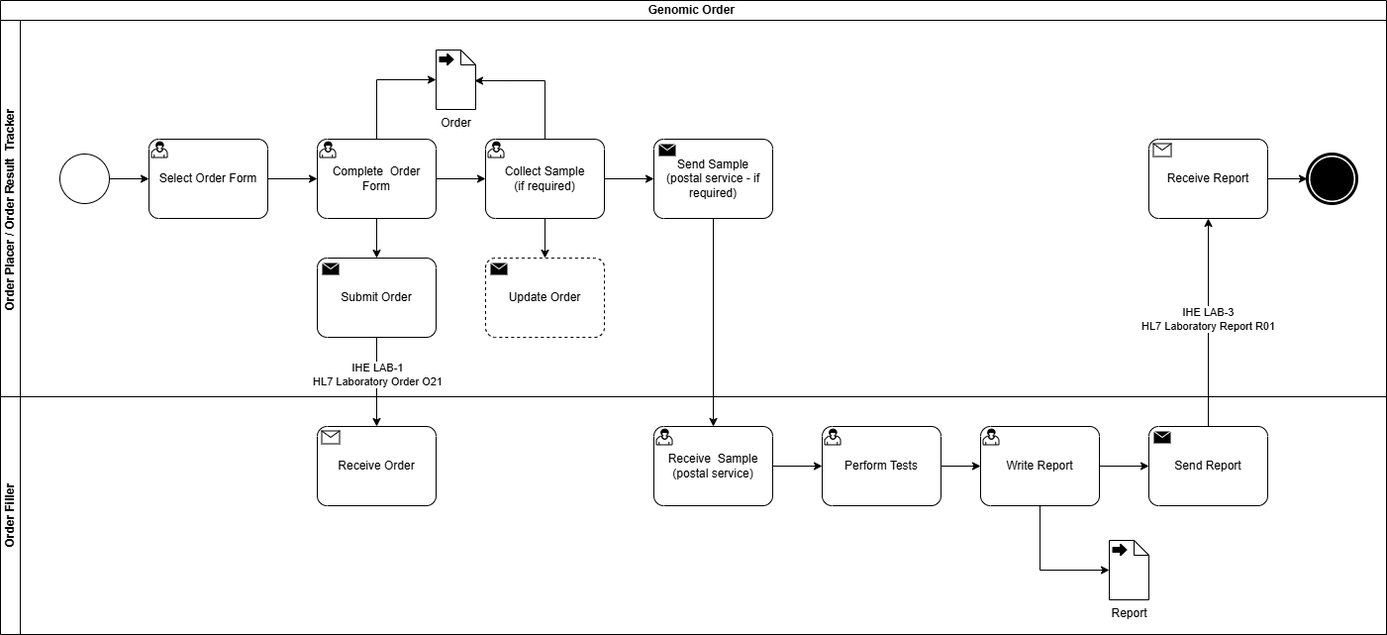
Above: input/images/LTW Use Case 1 and 4.drawio.png in nw-gmsa/nw-gmsa.github.com (draw.io), before the change. Source tidied: cells renumbered, new cells last; positions are measured from the earlier drawing's top-left corner, leaving out a move shared by most shapes.
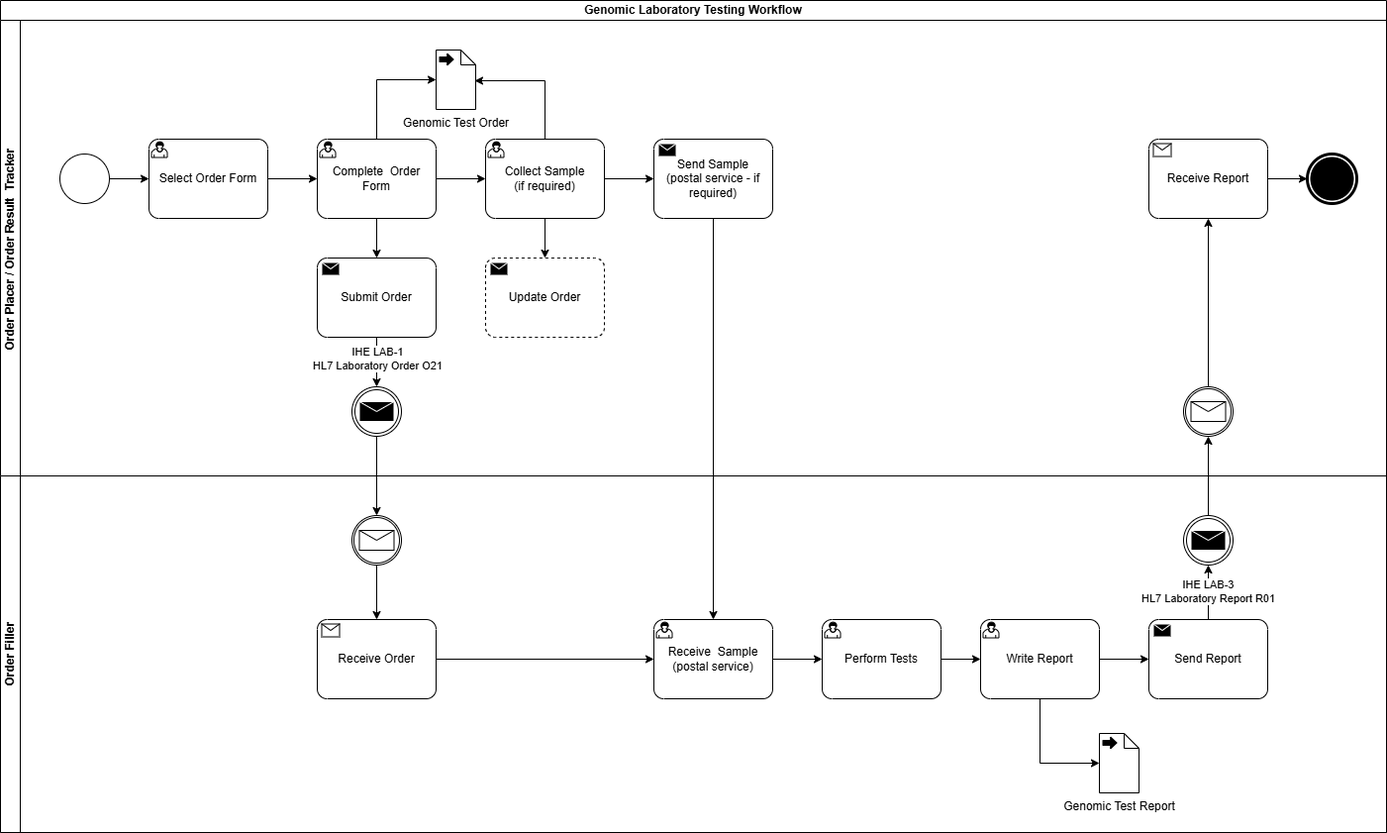
After the commit.

Commit message:
Documentation of Lab Report options

Diff of the diagram source:
```diff
@@ -2,11 +2,11 @@
   <root>
     <mxCell id="0" />
     <mxCell id="1" parent="0" />
-    <mxCell id="2" value="Genomic Order&amp;nbsp;" style="swimlane;html=1;horizontal=1;startSize=20;whiteSpace=wrap;" parent="1" vertex="1">
-      <mxGeometry width="1400" height="640" as="geometry" />
+    <mxCell id="2" value="Genomic Laboratory Testing Workflow" style="swimlane;html=1;horizontal=1;startSize=20;whiteSpace=wrap;" parent="1" vertex="1">
+      <mxGeometry width="1400" height="840" as="geometry" />
     </mxCell>
     <mxCell id="3" value="Order Placer / Order Result&amp;nbsp; Tracker&amp;nbsp;" style="swimlane;html=1;startSize=20;horizontal=0;" parent="2" vertex="1">
-      <mxGeometry y="20" width="1400" height="380" as="geometry" />
+      <mxGeometry y="20" width="1400" height="460" as="geometry" />
     </mxCell>
     <mxCell id="4" style="edgeStyle=orthogonalEdgeStyle;rounded=0;jettySize=auto;html=1;entryX=0;entryY=0.5;entryDx=0;entryDy=0;entryPerimeter=0;" parent="3" edge="1" source="5" target="7">
       <mxGeometry relative="1" as="geometry" />
@@ -32,7 +32,7 @@
     <mxCell id="11" style="edgeStyle=orthogonalEdgeStyle;rounded=0;jettySize=auto;html=1;entryX=0.5;entryY=0;entryDx=0;entryDy=0;entryPerimeter=0;" parent="3" edge="1" source="9" target="10">
       <mxGeometry relative="1" as="geometry" />
     </mxCell>
-    <mxCell id="12" value="Order" style="shape=mxgraph.bpmn.data2;labelPosition=center;verticalLabelPosition=bottom;align=center;verticalAlign=top;size=15;html=1;bpmnTransferType=output;" parent="3" vertex="1">
+    <mxCell id="12" value="Genomic Test Order" style="shape=mxgraph.bpmn.data2;labelPosition=center;verticalLabelPosition=bottom;align=center;verticalAlign=top;size=15;html=1;bpmnTransferType=output;" parent="3" vertex="1">
       <mxGeometry x="440" y="30" width="40" height="60" as="geometry" />
     </mxCell>
     <mxCell id="13" style="edgeStyle=orthogonalEdgeStyle;rounded=0;jettySize=auto;html=1;entryX=0;entryY=0.5;entryDx=0;entryDy=0;entryPerimeter=0;" parent="3" edge="1" source="9" target="12">
@@ -69,32 +69,50 @@
     <mxCell id="22" style="edgeStyle=orthogonalEdgeStyle;rounded=0;jettySize=auto;html=1;" parent="3" edge="1" source="20" target="21">
       <mxGeometry relative="1" as="geometry" />
     </mxCell>
+    <mxCell id="39" style="points=[[0.145,0.145,0],[0.5,0,0],[0.855,0.145,0],[1,0.5,0],[0.855,0.855,0],[0.5,1,0],[0.145,0.855,0],[0,0.5,0]];shape=mxgraph.bpmn.event;html=1;verticalLabelPosition=bottom;labelBackgroundColor=#ffffff;verticalAlign=top;align=center;perimeter=ellipsePerimeter;outlineConnect=0;outline=throwing;symbol=message;" parent="3" vertex="1">
+      <mxGeometry x="355" y="370" width="50" height="50" as="geometry" />
+    </mxCell>
+    <mxCell id="34" style="edgeStyle=orthogonalEdgeStyle;rounded=0;jettySize=auto;html=1;entryX=0.5;entryY=0;entryDx=0;entryDy=0;entryPerimeter=0;" parent="3" edge="1" source="10" target="39">
+      <mxGeometry relative="1" as="geometry" />
+    </mxCell>
+    <mxCell id="35" value="IHE LAB-1&lt;br&gt;HL7 Laboratory Order O21" style="edgeLabel;html=1;align=center;verticalAlign=middle;" parent="34" vertex="1">
+      <mxGeometry x="-0.18" relative="1" as="geometry" />
+    </mxCell>
+    <mxCell id="40" style="points=[[0.145,0.145,0],[0.5,0,0],[0.855,0.145,0],[1,0.5,0],[0.855,0.855,0],[0.5,1,0],[0.145,0.855,0],[0,0.5,0]];shape=mxgraph.bpmn.event;html=1;verticalLabelPosition=bottom;labelBackgroundColor=#ffffff;verticalAlign=top;align=center;perimeter=ellipsePerimeter;outlineConnect=0;outline=catching;symbol=message;" parent="3" vertex="1">
+      <mxGeometry x="1195" y="370" width="50" height="50" as="geometry" />
+    </mxCell>
+    <mxCell id="41" style="edgeStyle=orthogonalEdgeStyle;rounded=0;jettySize=auto;html=1;entryX=0.5;entryY=1;entryDx=0;entryDy=0;entryPerimeter=0;" parent="3" edge="1" source="40" target="20">
+      <mxGeometry relative="1" as="geometry" />
+    </mxCell>
     <mxCell id="23" value="Order Filler" style="swimlane;html=1;startSize=20;horizontal=0;" parent="2" vertex="1">
-      <mxGeometry y="400" width="1400" height="240" as="geometry" />
+      <mxGeometry y="480" width="1400" height="360" as="geometry" />
     </mxCell>
+    <mxCell id="42" style="edgeStyle=orthogonalEdgeStyle;rounded=0;jettySize=auto;html=1;" parent="23" edge="1" source="24" target="33">
+      <mxGeometry relative="1" as="geometry" />
+    </mxCell>
     <mxCell id="24" value="Receive Order" style="points=[[0.25,0,0],[0.5,0,0],[0.75,0,0],[1,0.25,0],[1,0.5,0],[1,0.75,0],[0.75,1,0],[0.5,1,0],[0.25,1,0],[0,0.75,0],[0,0.5,0],[0,0.25,0]];shape=mxgraph.bpmn.task2;whiteSpace=wrap;rectStyle=rounded;size=10;html=1;taskMarker=receive;" parent="23" vertex="1">
-      <mxGeometry x="320" y="30" width="120" height="80" as="geometry" />
+      <mxGeometry x="320" y="145" width="120" height="80" as="geometry" />
     </mxCell>
     <mxCell id="25" style="edgeStyle=orthogonalEdgeStyle;rounded=0;jettySize=auto;html=1;entryX=0;entryY=0.5;entryDx=0;entryDy=0;entryPerimeter=0;" parent="23" edge="1" source="33" target="26">
       <mxGeometry relative="1" as="geometry" />
     </mxCell>
     <mxCell id="26" value="Perform Tests" style="points=[[0.25,0,0],[0.5,0,0],[0.75,0,0],[1,0.25,0],[1,0.5,0],[1,0.75,0],[0.75,1,0],[0.5,1,0],[0.25,1,0],[0,0.75,0],[0,0.5,0],[0,0.25,0]];shape=mxgraph.bpmn.task2;whiteSpace=wrap;rectStyle=rounded;size=10;html=1;taskMarker=user;" parent="23" vertex="1">
-      <mxGeometry x="830" y="30" width="120" height="80" as="geometry" />
+      <mxGeometry x="830" y="145" width="120" height="80" as="geometry" />
     </mxCell>
     <mxCell id="27" value="Write Report" style="points=[[0.25,0,0],[0.5,0,0],[0.75,0,0],[1,0.25,0],[1,0.5,0],[1,0.75,0],[0.75,1,0],[0.5,1,0],[0.25,1,0],[0,0.75,0],[0,0.5,0],[0,0.25,0]];shape=mxgraph.bpmn.task2;whiteSpace=wrap;rectStyle=rounded;size=10;html=1;taskMarker=user;" parent="23" vertex="1">
-      <mxGeometry x="990" y="30" width="120" height="80" as="geometry" />
+      <mxGeometry x="990" y="145" width="120" height="80" as="geometry" />
     </mxCell>
     <mxCell id="28" style="edgeStyle=orthogonalEdgeStyle;rounded=0;jettySize=auto;html=1;entryX=0;entryY=0.5;entryDx=0;entryDy=0;entryPerimeter=0;" parent="23" edge="1" source="26" target="27">
       <mxGeometry relative="1" as="geometry" />
     </mxCell>
     <mxCell id="29" value="Send Report" style="points=[[0.25,0,0],[0.5,0,0],[0.75,0,0],[1,0.25,0],[1,0.5,0],[1,0.75,0],[0.75,1,0],[0.5,1,0],[0.25,1,0],[0,0.75,0],[0,0.5,0],[0,0.25,0]];shape=mxgraph.bpmn.task2;whiteSpace=wrap;rectStyle=rounded;size=10;html=1;taskMarker=send;" parent="23" vertex="1">
-      <mxGeometry x="1160" y="30" width="120" height="80" as="geometry" />
+      <mxGeometry x="1160" y="145" width="120" height="80" as="geometry" />
     </mxCell>
     <mxCell id="30" style="edgeStyle=orthogonalEdgeStyle;rounded=0;jettySize=auto;html=1;entryX=0;entryY=0.5;entryDx=0;entryDy=0;entryPerimeter=0;" parent="23" edge="1" source="27" target="29">
       <mxGeometry relative="1" as="geometry" />
     </mxCell>
-    <mxCell id="31" value="Report" style="shape=mxgraph.bpmn.data2;labelPosition=center;verticalLabelPosition=bottom;align=center;verticalAlign=top;size=15;html=1;bpmnTransferType=output;" parent="23" vertex="1">
-      <mxGeometry x="1120" y="145" width="40" height="60" as="geometry" />
+    <mxCell id="31" value="Genomic Test Report" style="shape=mxgraph.bpmn.data2;labelPosition=center;verticalLabelPosition=bottom;align=center;verticalAlign=top;size=15;html=1;bpmnTransferType=output;" parent="23" vertex="1">
+      <mxGeometry x="1110" y="260" width="40" height="60" as="geometry" />
     </mxCell>
     <mxCell id="32" style="edgeStyle=orthogonalEdgeStyle;rounded=0;jettySize=auto;html=1;entryX=0;entryY=0.5;entryDx=0;entryDy=0;entryPerimeter=0;" parent="23" edge="1" source="27" target="31">
       <mxGeometry relative="1" as="geometry">
@@ -104,15 +122,18 @@
       </mxGeometry>
     </mxCell>
     <mxCell id="33" value="Receive&amp;nbsp; Sample&lt;br&gt;(postal service)" style="points=[[0.25,0,0],[0.5,0,0],[0.75,0,0],[1,0.25,0],[1,0.5,0],[1,0.75,0],[0.75,1,0],[0.5,1,0],[0.25,1,0],[0,0.75,0],[0,0.5,0],[0,0.25,0]];shape=mxgraph.bpmn.task2;whiteSpace=wrap;rectStyle=rounded;size=10;html=1;taskMarker=user;bpmnShapeType=task;" parent="23" vertex="1">
-      <mxGeometry x="660" y="30" width="120" height="80" as="geometry" />
+      <mxGeometry x="660" y="145" width="120" height="80" as="geometry" />
     </mxCell>
-    <mxCell id="34" style="edgeStyle=orthogonalEdgeStyle;rounded=0;jettySize=auto;html=1;" parent="2" edge="1" source="10" target="24">
-      <mxGeometry relative="1" as="geometry" />
-    </mxCell>
-    <mxCell id="35" value="IHE LAB-1&lt;br&gt;HL7 Laboratory Order O21" style="edgeLabel;html=1;align=center;verticalAlign=middle;" parent="34" vertex="1">
-      <mxGeometry x="-0.18" relative="1" as="geometry" />
-    </mxCell>
+    <mxCell id="43" style="edgeStyle=orthogonalEdgeStyle;rounded=0;jettySize=auto;html=1;" parent="23" edge="1" source="44" target="24">
+      <mxGeometry relative="1" as="geometry" />
+    </mxCell>
+    <mxCell id="44" style="points=[[0.145,0.145,0],[0.5,0,0],[0.855,0.145,0],[1,0.5,0],[0.855,0.855,0],[0.5,1,0],[0.145,0.855,0],[0,0.5,0]];shape=mxgraph.bpmn.event;html=1;verticalLabelPosition=bottom;labelBackgroundColor=#ffffff;verticalAlign=top;align=center;perimeter=ellipsePerimeter;outlineConnect=0;outline=catching;symbol=message;" parent="23" vertex="1">
+      <mxGeometry x="355" y="40" width="50" height="50" as="geometry" />
+    </mxCell>
+    <mxCell id="45" style="points=[[0.145,0.145,0],[0.5,0,0],[0.855,0.145,0],[1,0.5,0],[0.855,0.855,0],[0.5,1,0],[0.145,0.855,0],[0,0.5,0]];shape=mxgraph.bpmn.event;html=1;verticalLabelPosition=bottom;labelBackgroundColor=#ffffff;verticalAlign=top;align=center;perimeter=ellipsePerimeter;outlineConnect=0;outline=throwing;symbol=message;" parent="23" vertex="1">
+      <mxGeometry x="1195" y="40" width="50" height="50" as="geometry" />
+    </mxCell>
-    <mxCell id="36" style="edgeStyle=orthogonalEdgeStyle;rounded=0;jettySize=auto;html=1;" parent="2" edge="1" source="29" target="20">
+    <mxCell id="36" style="edgeStyle=orthogonalEdgeStyle;rounded=0;jettySize=auto;html=1;entryX=0.5;entryY=1;entryDx=0;entryDy=0;entryPerimeter=0;" parent="23" edge="1" source="29" target="45">
       <mxGeometry relative="1" as="geometry" />
     </mxCell>
     <mxCell id="37" value="IHE LAB-3&lt;br&gt;HL7 Laboratory Report R01" style="edgeLabel;html=1;align=center;verticalAlign=middle;" parent="36" vertex="1">
@@ -121,5 +142,11 @@
     <mxCell id="38" style="edgeStyle=orthogonalEdgeStyle;rounded=0;jettySize=auto;html=1;" parent="2" edge="1" source="18" target="33">
       <mxGeometry relative="1" as="geometry" />
     </mxCell>
+    <mxCell id="46" style="edgeStyle=orthogonalEdgeStyle;rounded=0;jettySize=auto;html=1;" parent="2" edge="1" source="39" target="44">
+      <mxGeometry relative="1" as="geometry" />
+    </mxCell>
+    <mxCell id="47" style="edgeStyle=orthogonalEdgeStyle;rounded=0;jettySize=auto;html=1;entryX=0.5;entryY=1;entryDx=0;entryDy=0;entryPerimeter=0;" parent="2" edge="1" source="45" target="40">
+      <mxGeometry relative="1" as="geometry" />
+    </mxCell>
   </root>
 </mxGraphModel>
```
